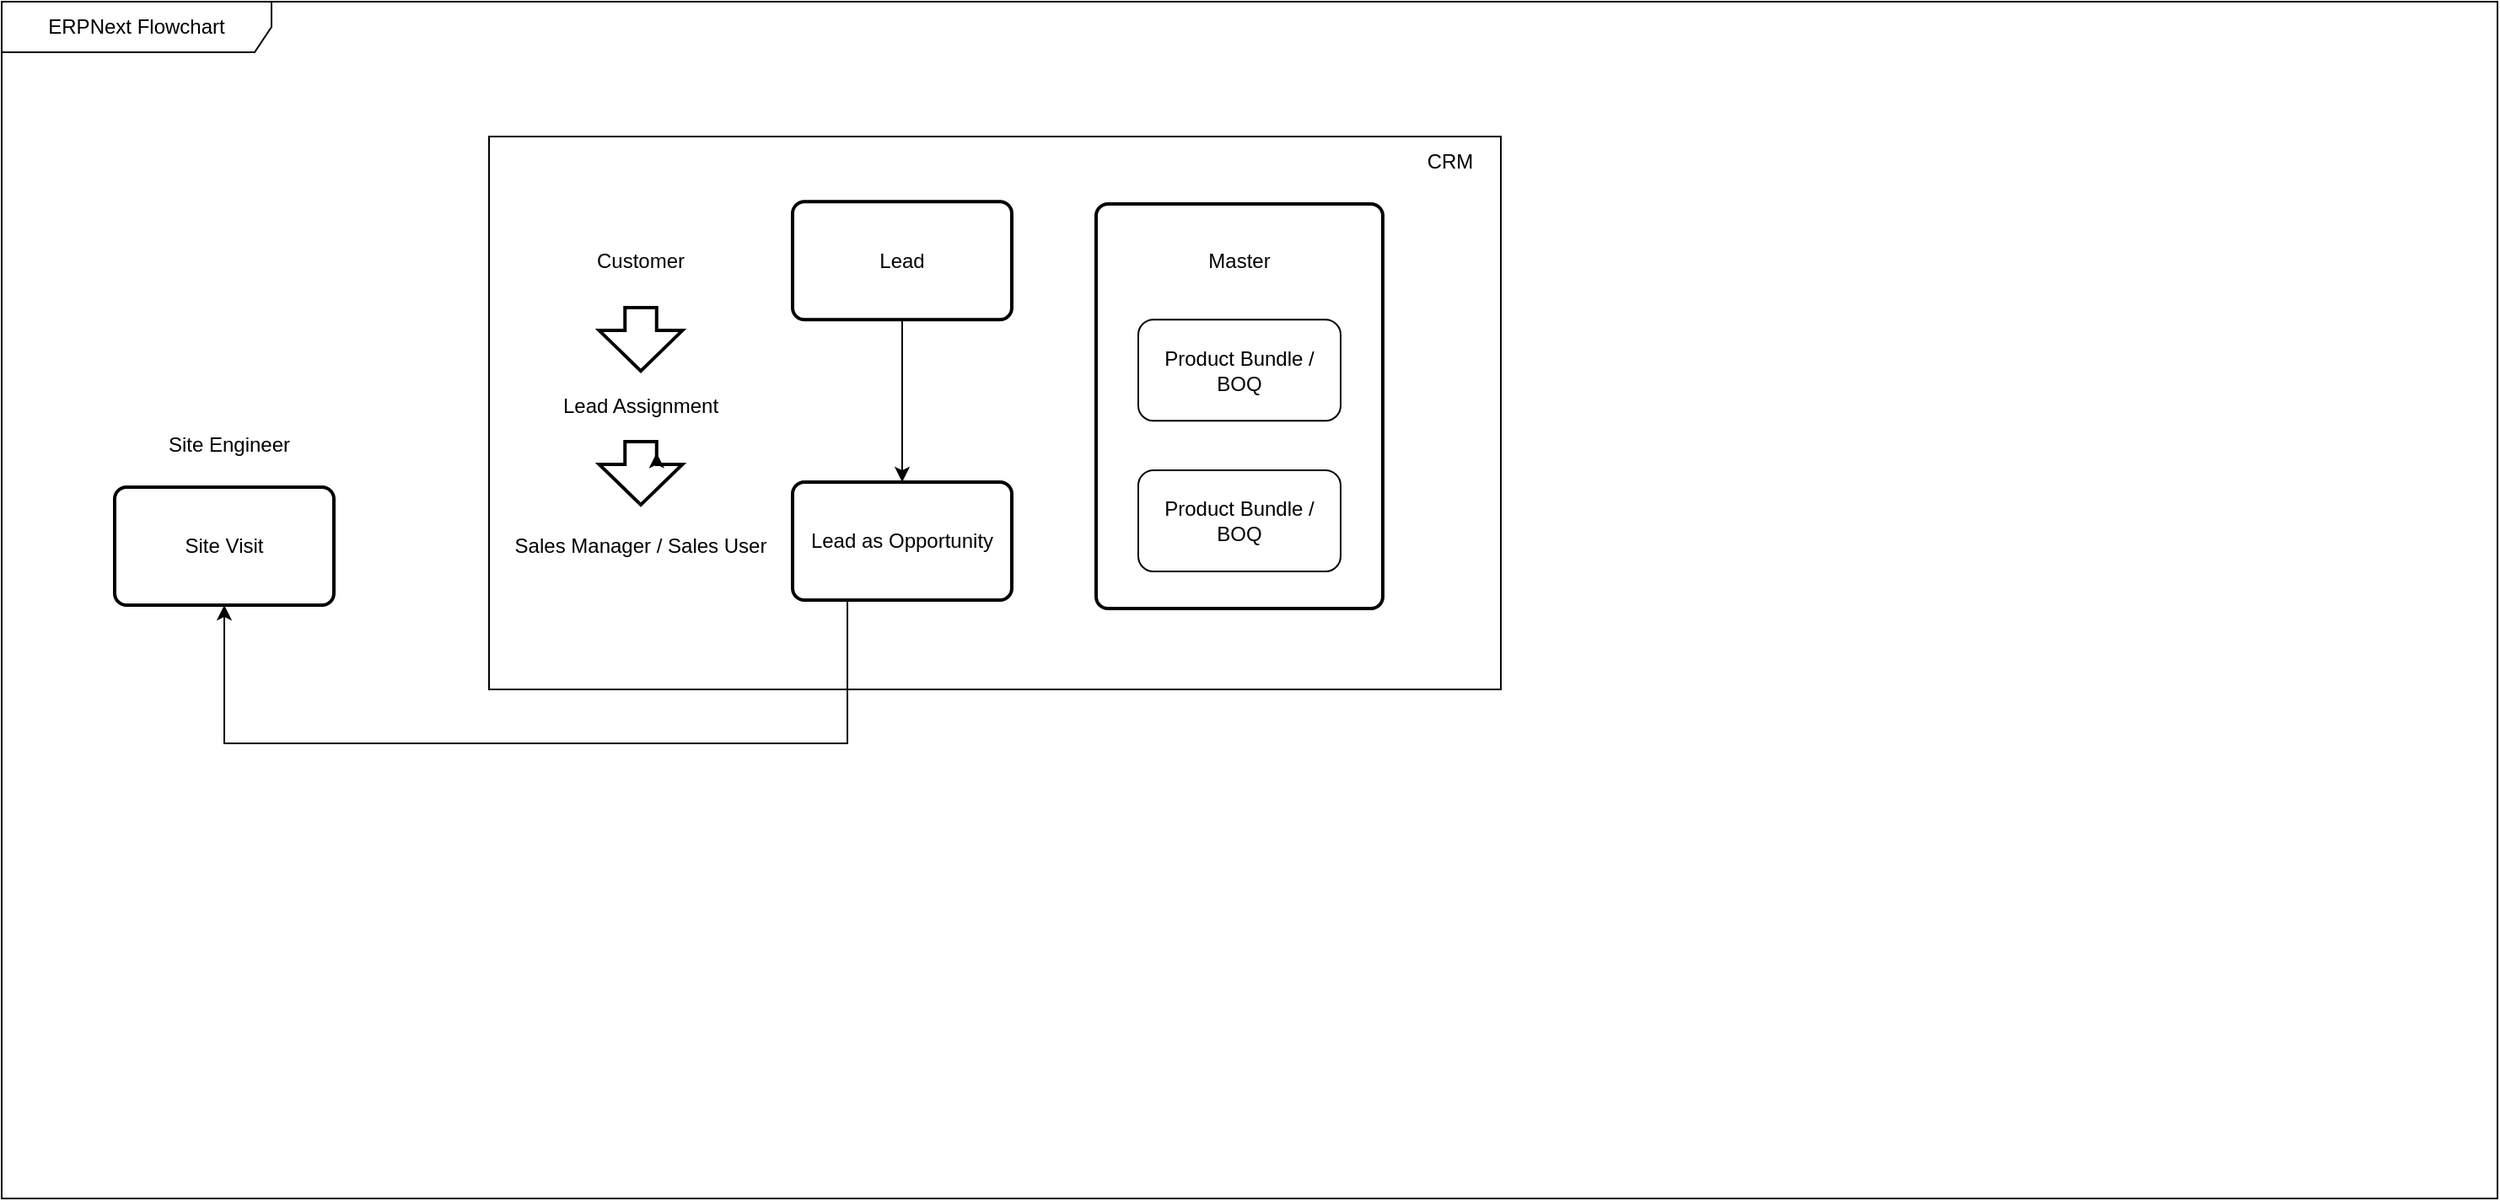
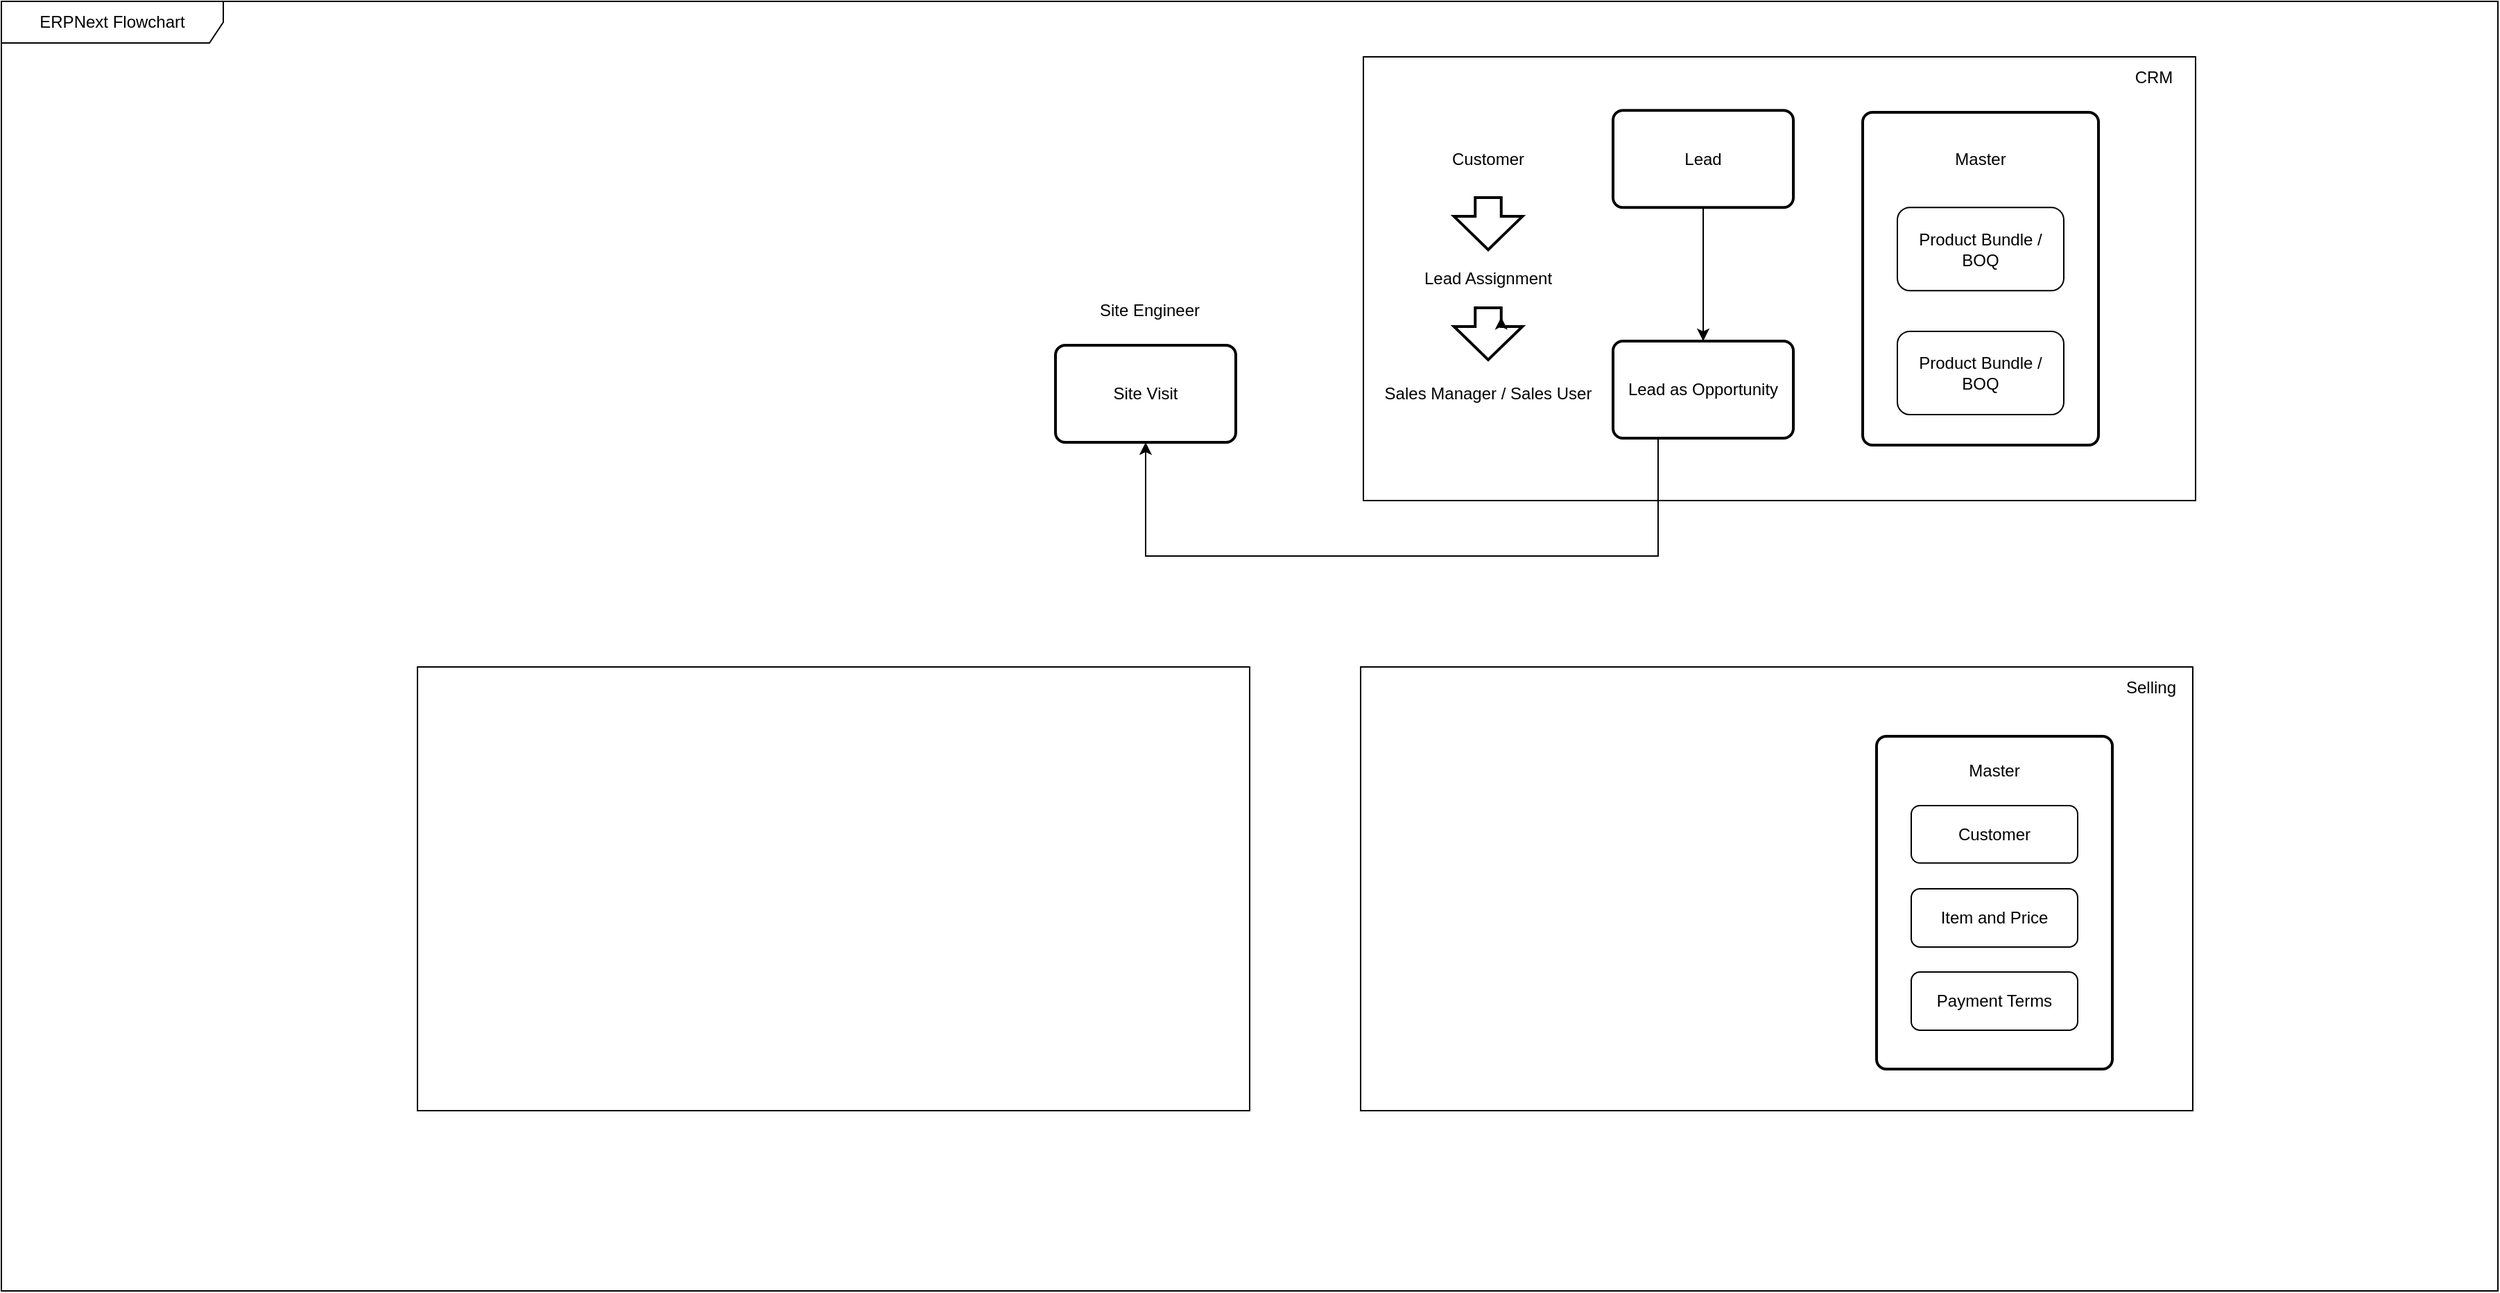
<mxfile host="Electron" agent="Mozilla/5.0 (Windows NT 10.0; Win64; x64) AppleWebKit/537.36 (KHTML, like Gecko) draw.io/28.2.5 Chrome/138.0.7204.251 Electron/37.6.1 Safari/537.36" version="28.2.5">
  <diagram name="ERPNext-Flowchart" id="5VQpRf3UxsrrhgqVb7EB">
    <mxGraphModel dx="1938" dy="537" grid="1" gridSize="10" guides="1" tooltips="1" connect="1" arrows="1" fold="1" page="1" pageScale="1" pageWidth="827" pageHeight="1169" math="0" shadow="0">
      <root>
        <mxCell id="0" />
        <mxCell id="1" parent="0" />
        <mxCell id="KllrkMzeH1JwtFpocHV2-1" value="ERPNext Flowchart" style="shape=umlFrame;whiteSpace=wrap;html=1;pointerEvents=0;recursiveResize=0;container=1;collapsible=0;width=160;" parent="1" vertex="1">
-           <mxGeometry x="-610" y="200" width="1480" height="710" as="geometry" />
+           <mxGeometry x="-620" y="200" width="1800" height="930" as="geometry" />
        </mxCell>
        <mxCell id="KllrkMzeH1JwtFpocHV2-4" value="" style="rounded=0;whiteSpace=wrap;html=1;" parent="KllrkMzeH1JwtFpocHV2-1" vertex="1">
-           <mxGeometry x="289" y="80" width="600" height="328" as="geometry" />
+           <mxGeometry x="982" y="40" width="600" height="320" as="geometry" />
        </mxCell>
        <mxCell id="KllrkMzeH1JwtFpocHV2-5" value="CRM" style="text;html=1;align=center;verticalAlign=middle;whiteSpace=wrap;rounded=0;" parent="KllrkMzeH1JwtFpocHV2-1" vertex="1">
-           <mxGeometry x="829" y="80" width="60" height="30" as="geometry" />
+           <mxGeometry x="1522" y="40" width="60" height="30" as="geometry" />
        </mxCell>
        <mxCell id="KllrkMzeH1JwtFpocHV2-8" style="edgeStyle=orthogonalEdgeStyle;rounded=0;orthogonalLoop=1;jettySize=auto;html=1;entryX=0.5;entryY=0;entryDx=0;entryDy=0;" parent="KllrkMzeH1JwtFpocHV2-1" source="KllrkMzeH1JwtFpocHV2-6" target="KllrkMzeH1JwtFpocHV2-7" edge="1">
          <mxGeometry relative="1" as="geometry" />
        </mxCell>
        <mxCell id="KllrkMzeH1JwtFpocHV2-6" value="Lead" style="rounded=1;whiteSpace=wrap;html=1;absoluteArcSize=1;arcSize=14;strokeWidth=2;" parent="KllrkMzeH1JwtFpocHV2-1" vertex="1">
-           <mxGeometry x="469" y="118.62" width="130" height="70" as="geometry" />
+           <mxGeometry x="1162" y="78.62" width="130" height="70" as="geometry" />
        </mxCell>
-         <mxCell id="HfOkyrBZXoMukZalgRzS-3" style="edgeStyle=orthogonalEdgeStyle;rounded=0;orthogonalLoop=1;jettySize=auto;html=1;exitX=0.25;exitY=1;exitDx=0;exitDy=0;entryX=0.5;entryY=1;entryDx=0;entryDy=0;" edge="1" parent="KllrkMzeH1JwtFpocHV2-1" source="KllrkMzeH1JwtFpocHV2-7" target="HfOkyrBZXoMukZalgRzS-1">
+         <mxCell id="HfOkyrBZXoMukZalgRzS-3" style="edgeStyle=orthogonalEdgeStyle;rounded=0;orthogonalLoop=1;jettySize=auto;html=1;exitX=0.25;exitY=1;exitDx=0;exitDy=0;entryX=0.5;entryY=1;entryDx=0;entryDy=0;" parent="KllrkMzeH1JwtFpocHV2-1" source="KllrkMzeH1JwtFpocHV2-7" target="HfOkyrBZXoMukZalgRzS-1" edge="1">
          <mxGeometry relative="1" as="geometry">
            <Array as="points">
-               <mxPoint x="502" y="440" />
-               <mxPoint x="132" y="440" />
+               <mxPoint x="1195" y="400" />
+               <mxPoint x="825" y="400" />
            </Array>
          </mxGeometry>
        </mxCell>
        <mxCell id="KllrkMzeH1JwtFpocHV2-7" value="Lead as Opportunity" style="rounded=1;whiteSpace=wrap;html=1;absoluteArcSize=1;arcSize=14;strokeWidth=2;" parent="KllrkMzeH1JwtFpocHV2-1" vertex="1">
-           <mxGeometry x="469" y="285" width="130" height="70" as="geometry" />
+           <mxGeometry x="1162" y="245" width="130" height="70" as="geometry" />
        </mxCell>
        <mxCell id="C1Wobmr2DnB0NistbBoQ-4" value="Customer" style="text;html=1;align=center;verticalAlign=middle;whiteSpace=wrap;rounded=0;" parent="KllrkMzeH1JwtFpocHV2-1" vertex="1">
-           <mxGeometry x="289" y="138.62" width="180" height="30" as="geometry" />
+           <mxGeometry x="982" y="98.62" width="180" height="30" as="geometry" />
        </mxCell>
        <mxCell id="C1Wobmr2DnB0NistbBoQ-7" value="Sales Manager / Sales User" style="text;html=1;align=center;verticalAlign=middle;whiteSpace=wrap;rounded=0;" parent="KllrkMzeH1JwtFpocHV2-1" vertex="1">
-           <mxGeometry x="289" y="308" width="180" height="30" as="geometry" />
+           <mxGeometry x="982" y="268" width="180" height="30" as="geometry" />
        </mxCell>
        <mxCell id="C1Wobmr2DnB0NistbBoQ-9" value="" style="verticalLabelPosition=bottom;verticalAlign=top;html=1;strokeWidth=2;shape=mxgraph.arrows2.arrow;dy=0.62;dx=24;notch=0;rotation=90;" parent="KllrkMzeH1JwtFpocHV2-1" vertex="1">
-           <mxGeometry x="360.25" y="175.62" width="37.5" height="49.38" as="geometry" />
+           <mxGeometry x="1053.25" y="135.62" width="37.5" height="49.38" as="geometry" />
        </mxCell>
        <mxCell id="C1Wobmr2DnB0NistbBoQ-10" value="" style="verticalLabelPosition=bottom;verticalAlign=top;html=1;strokeWidth=2;shape=mxgraph.arrows2.arrow;dy=0.62;dx=24;notch=0;rotation=90;" parent="KllrkMzeH1JwtFpocHV2-1" vertex="1">
-           <mxGeometry x="360.25" y="255" width="37.5" height="49.38" as="geometry" />
+           <mxGeometry x="1053.25" y="215" width="37.5" height="49.38" as="geometry" />
        </mxCell>
        <mxCell id="mgzSuXylah5s0_LilTAz-1" value="" style="rounded=1;whiteSpace=wrap;html=1;absoluteArcSize=1;arcSize=14;strokeWidth=2;" parent="KllrkMzeH1JwtFpocHV2-1" vertex="1">
-           <mxGeometry x="649" y="120" width="170" height="240" as="geometry" />
+           <mxGeometry x="1342" y="80" width="170" height="240" as="geometry" />
        </mxCell>
        <mxCell id="mgzSuXylah5s0_LilTAz-3" value="Master" style="text;html=1;align=center;verticalAlign=middle;whiteSpace=wrap;rounded=0;" parent="KllrkMzeH1JwtFpocHV2-1" vertex="1">
-           <mxGeometry x="704" y="138.62" width="60" height="30" as="geometry" />
+           <mxGeometry x="1397" y="98.62" width="60" height="30" as="geometry" />
        </mxCell>
        <mxCell id="mgzSuXylah5s0_LilTAz-4" value="Product Bundle / BOQ" style="rounded=1;whiteSpace=wrap;html=1;" parent="KllrkMzeH1JwtFpocHV2-1" vertex="1">
-           <mxGeometry x="674" y="188.62" width="120" height="60" as="geometry" />
+           <mxGeometry x="1367" y="148.62" width="120" height="60" as="geometry" />
        </mxCell>
        <mxCell id="mgzSuXylah5s0_LilTAz-5" value="Product Bundle / BOQ" style="rounded=1;whiteSpace=wrap;html=1;" parent="KllrkMzeH1JwtFpocHV2-1" vertex="1">
-           <mxGeometry x="674" y="278" width="120" height="60" as="geometry" />
+           <mxGeometry x="1367" y="238" width="120" height="60" as="geometry" />
        </mxCell>
        <mxCell id="C1Wobmr2DnB0NistbBoQ-6" value="Lead Assignment" style="text;html=1;align=center;verticalAlign=middle;whiteSpace=wrap;rounded=0;" parent="KllrkMzeH1JwtFpocHV2-1" vertex="1">
-           <mxGeometry x="289" y="225" width="180" height="30" as="geometry" />
+           <mxGeometry x="982" y="185" width="180" height="30" as="geometry" />
        </mxCell>
        <mxCell id="mgzSuXylah5s0_LilTAz-6" style="edgeStyle=orthogonalEdgeStyle;rounded=0;orthogonalLoop=1;jettySize=auto;html=1;exitX=0;exitY=0;exitDx=13.5;exitDy=15.3078;exitPerimeter=0;entryX=0;entryY=0;entryDx=6.75;entryDy=15.3078;entryPerimeter=0;" parent="KllrkMzeH1JwtFpocHV2-1" source="C1Wobmr2DnB0NistbBoQ-10" target="C1Wobmr2DnB0NistbBoQ-10" edge="1">
          <mxGeometry relative="1" as="geometry" />
        </mxCell>
-         <mxCell id="HfOkyrBZXoMukZalgRzS-1" value="Site Visit" style="rounded=1;whiteSpace=wrap;html=1;absoluteArcSize=1;arcSize=14;strokeWidth=2;" vertex="1" parent="KllrkMzeH1JwtFpocHV2-1">
-           <mxGeometry x="67" y="288" width="130" height="70" as="geometry" />
+         <mxCell id="HfOkyrBZXoMukZalgRzS-1" value="Site Visit" style="rounded=1;whiteSpace=wrap;html=1;absoluteArcSize=1;arcSize=14;strokeWidth=2;" parent="KllrkMzeH1JwtFpocHV2-1" vertex="1">
+           <mxGeometry x="760" y="248" width="130" height="70" as="geometry" />
        </mxCell>
-         <mxCell id="HfOkyrBZXoMukZalgRzS-2" value="Site Engineer" style="text;html=1;align=center;verticalAlign=middle;whiteSpace=wrap;rounded=0;" vertex="1" parent="KllrkMzeH1JwtFpocHV2-1">
-           <mxGeometry x="70" y="248" width="130" height="30" as="geometry" />
+         <mxCell id="HfOkyrBZXoMukZalgRzS-2" value="Site Engineer" style="text;html=1;align=center;verticalAlign=middle;whiteSpace=wrap;rounded=0;" parent="KllrkMzeH1JwtFpocHV2-1" vertex="1">
+           <mxGeometry x="763" y="208" width="130" height="30" as="geometry" />
+         </mxCell>
+         <mxCell id="HzzqJf4aiWvtWUCyWPR2-1" value="" style="rounded=0;whiteSpace=wrap;html=1;" vertex="1" parent="KllrkMzeH1JwtFpocHV2-1">
+           <mxGeometry x="300" y="480" width="600" height="320" as="geometry" />
+         </mxCell>
+         <mxCell id="HzzqJf4aiWvtWUCyWPR2-2" value="" style="rounded=0;whiteSpace=wrap;html=1;" vertex="1" parent="KllrkMzeH1JwtFpocHV2-1">
+           <mxGeometry x="980" y="480" width="600" height="320" as="geometry" />
+         </mxCell>
+         <mxCell id="HzzqJf4aiWvtWUCyWPR2-3" value="Selling" style="text;html=1;align=center;verticalAlign=middle;whiteSpace=wrap;rounded=0;" vertex="1" parent="KllrkMzeH1JwtFpocHV2-1">
+           <mxGeometry x="1520" y="480" width="60" height="30" as="geometry" />
+         </mxCell>
+         <mxCell id="HzzqJf4aiWvtWUCyWPR2-4" value="" style="rounded=1;whiteSpace=wrap;html=1;absoluteArcSize=1;arcSize=14;strokeWidth=2;" vertex="1" parent="KllrkMzeH1JwtFpocHV2-1">
+           <mxGeometry x="1352" y="530" width="170" height="240" as="geometry" />
+         </mxCell>
+         <mxCell id="HzzqJf4aiWvtWUCyWPR2-5" value="Master" style="text;html=1;align=center;verticalAlign=middle;whiteSpace=wrap;rounded=0;" vertex="1" parent="KllrkMzeH1JwtFpocHV2-1">
+           <mxGeometry x="1407" y="540" width="60" height="30" as="geometry" />
+         </mxCell>
+         <mxCell id="HzzqJf4aiWvtWUCyWPR2-6" value="Customer" style="rounded=1;whiteSpace=wrap;html=1;" vertex="1" parent="KllrkMzeH1JwtFpocHV2-1">
+           <mxGeometry x="1377" y="580" width="120" height="41.38" as="geometry" />
+         </mxCell>
+         <mxCell id="HzzqJf4aiWvtWUCyWPR2-7" value="Item and Price" style="rounded=1;whiteSpace=wrap;html=1;" vertex="1" parent="KllrkMzeH1JwtFpocHV2-1">
+           <mxGeometry x="1377" y="640" width="120" height="42" as="geometry" />
+         </mxCell>
+         <mxCell id="HzzqJf4aiWvtWUCyWPR2-8" value="Payment Terms" style="rounded=1;whiteSpace=wrap;html=1;" vertex="1" parent="KllrkMzeH1JwtFpocHV2-1">
+           <mxGeometry x="1377" y="700" width="120" height="42" as="geometry" />
        </mxCell>
      </root>
    </mxGraphModel>
  </diagram>
</mxfile>
